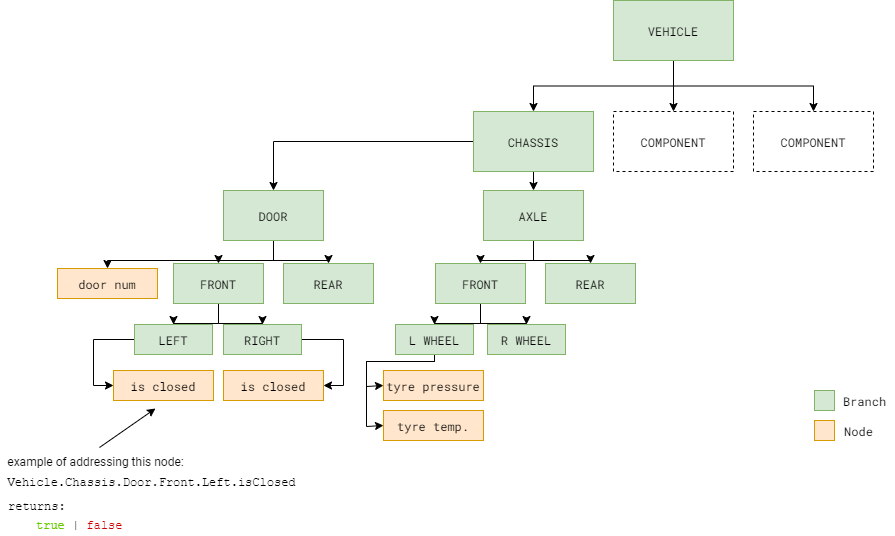
cnopt/vehicle-simulator keeps this draw.io diagram as basic-schema-diagram-2.png. Above is the earlier version. Source tidied: cells renumbered, new cells last; positions are measured from the earlier drawing's top-left corner, leaving out a move shared by most shapes.
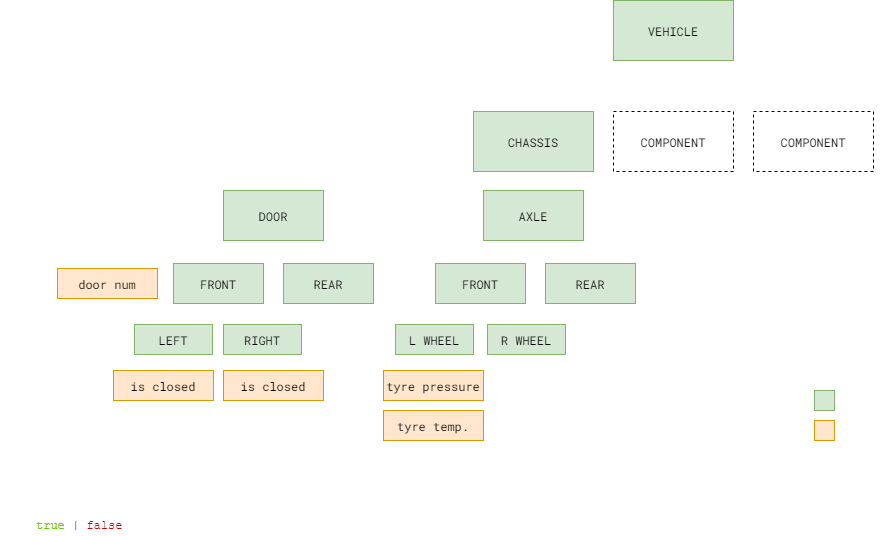
The same diagram one commit later.

Diff of the diagram source:
```diff
@@ -2,22 +2,22 @@
   <root>
     <mxCell id="0" />
     <mxCell id="1" parent="0" />
-    <mxCell id="2" style="edgeStyle=orthogonalEdgeStyle;rounded=0;jettySize=auto;html=1;exitX=0.5;exitY=1;exitDx=0;exitDy=0;fontFamily=Roboto Mono;FType=g;" parent="1" edge="1" source="5" target="9">
+    <mxCell id="2" style="edgeStyle=orthogonalEdgeStyle;rounded=0;jettySize=auto;html=1;exitX=0.5;exitY=1;exitDx=0;exitDy=0;fontFamily=Roboto Mono;FType=g;strokeColor=#FFFFFF;" parent="1" edge="1" source="5" target="9">
       <mxGeometry relative="1" as="geometry" />
     </mxCell>
-    <mxCell id="3" style="edgeStyle=orthogonalEdgeStyle;rounded=0;jettySize=auto;html=1;exitX=0.5;exitY=1;exitDx=0;exitDy=0;entryX=0.5;entryY=0;entryDx=0;entryDy=0;fontFamily=Roboto Mono;FType=g;" parent="1" edge="1" source="5" target="10">
+    <mxCell id="3" style="edgeStyle=orthogonalEdgeStyle;rounded=0;jettySize=auto;html=1;exitX=0.5;exitY=1;exitDx=0;exitDy=0;entryX=0.5;entryY=0;entryDx=0;entryDy=0;fontFamily=Roboto Mono;FType=g;strokeColor=#FFFFFF;" parent="1" edge="1" source="5" target="10">
       <mxGeometry relative="1" as="geometry" />
     </mxCell>
-    <mxCell id="4" style="edgeStyle=orthogonalEdgeStyle;rounded=0;jettySize=auto;html=1;exitX=0.5;exitY=1;exitDx=0;exitDy=0;entryX=0.5;entryY=0;entryDx=0;entryDy=0;fontFamily=Roboto Mono;FType=g;" parent="1" edge="1" source="5" target="8">
+    <mxCell id="4" style="edgeStyle=orthogonalEdgeStyle;rounded=0;jettySize=auto;html=1;exitX=0.5;exitY=1;exitDx=0;exitDy=0;entryX=0.5;entryY=0;entryDx=0;entryDy=0;fontFamily=Roboto Mono;FType=g;strokeColor=#FFFFFF;" parent="1" edge="1" source="5" target="8">
       <mxGeometry relative="1" as="geometry" />
     </mxCell>
     <mxCell id="5" value="VEHICLE" style="rounded=0;whiteSpace=wrap;html=1;fillColor=#d5e8d4;strokeColor=#82b366;fontFamily=Roboto Mono;FType=g;" parent="1" vertex="1">
       <mxGeometry x="613" width="120" height="60" as="geometry" />
     </mxCell>
-    <mxCell id="6" style="edgeStyle=orthogonalEdgeStyle;rounded=0;jettySize=auto;html=1;exitX=0.5;exitY=1;exitDx=0;exitDy=0;entryX=0.5;entryY=0;entryDx=0;entryDy=0;fontFamily=Roboto Mono;FType=g;" parent="1" edge="1" source="8" target="13">
+    <mxCell id="6" style="edgeStyle=orthogonalEdgeStyle;rounded=0;jettySize=auto;html=1;exitX=0.5;exitY=1;exitDx=0;exitDy=0;entryX=0.5;entryY=0;entryDx=0;entryDy=0;fontFamily=Roboto Mono;FType=g;strokeColor=#FFFFFF;" parent="1" edge="1" source="8" target="13">
       <mxGeometry relative="1" as="geometry" />
     </mxCell>
-    <mxCell id="7" style="edgeStyle=orthogonalEdgeStyle;rounded=0;jettySize=auto;html=1;exitX=0.5;exitY=1;exitDx=0;exitDy=0;entryX=0.5;entryY=0;entryDx=0;entryDy=0;fontFamily=Courier New;fontSize=12;" parent="1" edge="1" source="8" target="17">
+    <mxCell id="7" style="edgeStyle=orthogonalEdgeStyle;rounded=0;jettySize=auto;html=1;exitX=0.5;exitY=1;exitDx=0;exitDy=0;entryX=0.5;entryY=0;entryDx=0;entryDy=0;fontFamily=Courier New;fontSize=12;strokeColor=#FFFFFF;" parent="1" edge="1" source="8" target="17">
       <mxGeometry relative="1" as="geometry">
         <Array as="points">
           <mxPoint x="533" y="141" />
@@ -34,22 +34,22 @@
     <mxCell id="10" value="COMPONENT" style="rounded=0;whiteSpace=wrap;html=1;fontFamily=Roboto Mono;FType=g;dashed=1;" parent="1" vertex="1">
       <mxGeometry x="753" y="111" width="120" height="60" as="geometry" />
     </mxCell>
-    <mxCell id="11" style="edgeStyle=orthogonalEdgeStyle;rounded=0;jettySize=auto;html=1;exitX=0.5;exitY=1;exitDx=0;exitDy=0;entryX=0.5;entryY=0;entryDx=0;entryDy=0;fontFamily=Roboto Mono;FType=g;" parent="1" edge="1" source="13" target="20">
+    <mxCell id="11" style="edgeStyle=orthogonalEdgeStyle;rounded=0;jettySize=auto;html=1;exitX=0.5;exitY=1;exitDx=0;exitDy=0;entryX=0.5;entryY=0;entryDx=0;entryDy=0;fontFamily=Roboto Mono;FType=g;strokeColor=#FFFFFF;" parent="1" edge="1" source="13" target="20">
       <mxGeometry relative="1" as="geometry" />
     </mxCell>
-    <mxCell id="12" style="edgeStyle=orthogonalEdgeStyle;rounded=0;jettySize=auto;html=1;exitX=0.5;exitY=1;exitDx=0;exitDy=0;entryX=0.5;entryY=0;entryDx=0;entryDy=0;fontFamily=Roboto Mono;FType=g;" parent="1" edge="1" source="13" target="21">
+    <mxCell id="12" style="edgeStyle=orthogonalEdgeStyle;rounded=0;jettySize=auto;html=1;exitX=0.5;exitY=1;exitDx=0;exitDy=0;entryX=0.5;entryY=0;entryDx=0;entryDy=0;fontFamily=Roboto Mono;FType=g;strokeColor=#FFFFFF;" parent="1" edge="1" source="13" target="21">
       <mxGeometry relative="1" as="geometry" />
     </mxCell>
     <mxCell id="13" value="AXLE" style="rounded=0;whiteSpace=wrap;html=1;fillColor=#d5e8d4;strokeColor=#82b366;fontFamily=Roboto Mono;FType=g;" parent="1" vertex="1">
       <mxGeometry x="483" y="190" width="100" height="50" as="geometry" />
     </mxCell>
-    <mxCell id="14" style="edgeStyle=orthogonalEdgeStyle;rounded=0;jettySize=auto;html=1;exitX=0.5;exitY=1;exitDx=0;exitDy=0;entryX=0.5;entryY=0;entryDx=0;entryDy=0;fontFamily=Courier New;fontSize=12;" parent="1" edge="1" source="17" target="34">
+    <mxCell id="14" style="edgeStyle=orthogonalEdgeStyle;rounded=0;jettySize=auto;html=1;exitX=0.5;exitY=1;exitDx=0;exitDy=0;entryX=0.5;entryY=0;entryDx=0;entryDy=0;fontFamily=Courier New;fontSize=12;strokeColor=#FFFFFF;" parent="1" edge="1" source="17" target="34">
       <mxGeometry relative="1" as="geometry" />
     </mxCell>
-    <mxCell id="15" style="edgeStyle=orthogonalEdgeStyle;rounded=0;jettySize=auto;html=1;exitX=0.5;exitY=1;exitDx=0;exitDy=0;entryX=0.5;entryY=0;entryDx=0;entryDy=0;fontFamily=Courier New;fontSize=12;" parent="1" edge="1" source="17" target="35">
+    <mxCell id="15" style="edgeStyle=orthogonalEdgeStyle;rounded=0;jettySize=auto;html=1;exitX=0.5;exitY=1;exitDx=0;exitDy=0;entryX=0.5;entryY=0;entryDx=0;entryDy=0;fontFamily=Courier New;fontSize=12;strokeColor=#FFFFFF;" parent="1" edge="1" source="17" target="35">
       <mxGeometry relative="1" as="geometry" />
     </mxCell>
-    <mxCell id="16" style="edgeStyle=orthogonalEdgeStyle;rounded=0;jettySize=auto;html=1;exitX=0.5;exitY=1;exitDx=0;exitDy=0;entryX=0.5;entryY=0;entryDx=0;entryDy=0;" parent="1" edge="1" source="17" target="45">
+    <mxCell id="16" style="edgeStyle=orthogonalEdgeStyle;rounded=0;jettySize=auto;html=1;exitX=0.5;exitY=1;exitDx=0;exitDy=0;entryX=0.5;entryY=0;entryDx=0;entryDy=0;strokeColor=#FFFFFF;" parent="1" edge="1" source="17" target="45">
       <mxGeometry relative="1" as="geometry">
         <Array as="points">
           <mxPoint x="273" y="260" />
@@ -60,10 +60,10 @@
     <mxCell id="17" value="DOOR" style="rounded=0;whiteSpace=wrap;html=1;fillColor=#d5e8d4;strokeColor=#82b366;fontFamily=Roboto Mono;FType=g;" parent="1" vertex="1">
       <mxGeometry x="223" y="190" width="100" height="50" as="geometry" />
     </mxCell>
-    <mxCell id="18" style="edgeStyle=orthogonalEdgeStyle;rounded=0;jettySize=auto;html=1;exitX=0.5;exitY=1;exitDx=0;exitDy=0;entryX=0.5;entryY=0;entryDx=0;entryDy=0;fontFamily=Roboto Mono;FType=g;" parent="1" edge="1" source="20" target="24">
+    <mxCell id="18" style="edgeStyle=orthogonalEdgeStyle;rounded=0;jettySize=auto;html=1;exitX=0.5;exitY=1;exitDx=0;exitDy=0;entryX=0.5;entryY=0;entryDx=0;entryDy=0;fontFamily=Roboto Mono;FType=g;strokeColor=#FFFFFF;" parent="1" edge="1" source="20" target="24">
       <mxGeometry relative="1" as="geometry" />
     </mxCell>
-    <mxCell id="19" style="edgeStyle=orthogonalEdgeStyle;rounded=0;jettySize=auto;html=1;exitX=0.5;exitY=1;exitDx=0;exitDy=0;entryX=0.5;entryY=0;entryDx=0;entryDy=0;fontFamily=Roboto Mono;FType=g;" parent="1" edge="1" source="20" target="25">
+    <mxCell id="19" style="edgeStyle=orthogonalEdgeStyle;rounded=0;jettySize=auto;html=1;exitX=0.5;exitY=1;exitDx=0;exitDy=0;entryX=0.5;entryY=0;entryDx=0;entryDy=0;fontFamily=Roboto Mono;FType=g;strokeColor=#FFFFFF;" parent="1" edge="1" source="20" target="25">
       <mxGeometry relative="1" as="geometry" />
     </mxCell>
     <mxCell id="20" value="FRONT" style="rounded=0;whiteSpace=wrap;html=1;fillColor=#d5e8d4;strokeColor=#82b366;fontFamily=Roboto Mono;FType=g;" parent="1" vertex="1">
@@ -72,7 +72,7 @@
     <mxCell id="21" value="REAR" style="rounded=0;whiteSpace=wrap;html=1;fillColor=#d5e8d4;strokeColor=#82b366;fontFamily=Roboto Mono;FType=g;" parent="1" vertex="1">
       <mxGeometry x="545" y="263" width="90" height="40" as="geometry" />
     </mxCell>
-    <mxCell id="22" style="edgeStyle=orthogonalEdgeStyle;rounded=0;jettySize=auto;html=1;exitX=0.5;exitY=1;exitDx=0;exitDy=0;entryX=0;entryY=0.5;entryDx=0;entryDy=0;fontFamily=Courier New;fontSize=12;" parent="1" edge="1" source="24" target="27">
+    <mxCell id="22" style="edgeStyle=orthogonalEdgeStyle;rounded=0;jettySize=auto;html=1;exitX=0.5;exitY=1;exitDx=0;exitDy=0;entryX=0;entryY=0.5;entryDx=0;entryDy=0;fontFamily=Courier New;fontSize=12;strokeColor=#FFFFFF;" parent="1" edge="1" source="24" target="27">
       <mxGeometry relative="1" as="geometry">
         <Array as="points">
           <mxPoint x="434" y="361" />
@@ -81,7 +81,7 @@
         </Array>
       </mxGeometry>
     </mxCell>
-    <mxCell id="23" style="edgeStyle=orthogonalEdgeStyle;rounded=0;jettySize=auto;html=1;exitX=0.5;exitY=1;exitDx=0;exitDy=0;entryX=0;entryY=0.5;entryDx=0;entryDy=0;fontFamily=Courier New;fontSize=12;" parent="1" edge="1" source="24" target="26">
+    <mxCell id="23" style="edgeStyle=orthogonalEdgeStyle;rounded=0;jettySize=auto;html=1;exitX=0.5;exitY=1;exitDx=0;exitDy=0;entryX=0;entryY=0.5;entryDx=0;entryDy=0;fontFamily=Courier New;fontSize=12;strokeColor=#FFFFFF;" parent="1" edge="1" source="24" target="26">
       <mxGeometry relative="1" as="geometry">
         <Array as="points">
           <mxPoint x="434" y="361" />
@@ -105,19 +105,19 @@
     <mxCell id="28" style="rounded=0;whiteSpace=wrap;html=1;fillColor=#d5e8d4;strokeColor=#82b366;fontFamily=Roboto Mono;FType=g;" parent="1" vertex="1">
       <mxGeometry x="814" y="390" width="20" height="20" as="geometry" />
     </mxCell>
-    <mxCell id="29" value="Branch" style="text;html=1;align=center;verticalAlign=middle;fontFamily=Roboto Mono;FType=g;" parent="1" vertex="1">
+    <mxCell id="29" value="Branch" style="text;html=1;align=center;verticalAlign=middle;fontFamily=Roboto Mono;FType=g;fontColor=#FFFFFF;" parent="1" vertex="1">
       <mxGeometry x="834" y="390" width="60" height="20" as="geometry" />
     </mxCell>
     <mxCell id="30" style="rounded=0;whiteSpace=wrap;html=1;fillColor=#ffe6cc;strokeColor=#d79b00;fontFamily=Roboto Mono;FType=g;" parent="1" vertex="1">
       <mxGeometry x="814" y="420" width="20" height="20" as="geometry" />
     </mxCell>
-    <mxCell id="31" value="Node" style="text;html=1;align=center;verticalAlign=middle;fontFamily=Roboto Mono;FType=g;" parent="1" vertex="1">
+    <mxCell id="31" value="Node" style="text;html=1;align=center;verticalAlign=middle;fontFamily=Roboto Mono;FType=g;fontColor=#FFFFFF;" parent="1" vertex="1">
       <mxGeometry x="838" y="420" width="40" height="20" as="geometry" />
     </mxCell>
-    <mxCell id="32" style="edgeStyle=orthogonalEdgeStyle;rounded=0;jettySize=auto;html=1;exitX=0.5;exitY=1;exitDx=0;exitDy=0;entryX=0.5;entryY=0;entryDx=0;entryDy=0;fontFamily=Courier New;fontSize=12;" parent="1" edge="1" source="34" target="39">
+    <mxCell id="32" style="edgeStyle=orthogonalEdgeStyle;rounded=0;jettySize=auto;html=1;exitX=0.5;exitY=1;exitDx=0;exitDy=0;entryX=0.5;entryY=0;entryDx=0;entryDy=0;fontFamily=Courier New;fontSize=12;strokeColor=#FFFFFF;" parent="1" edge="1" source="34" target="39">
       <mxGeometry relative="1" as="geometry" />
     </mxCell>
-    <mxCell id="33" style="edgeStyle=orthogonalEdgeStyle;rounded=0;jettySize=auto;html=1;exitX=0.5;exitY=1;exitDx=0;exitDy=0;entryX=0.5;entryY=0;entryDx=0;entryDy=0;fontFamily=Courier New;fontSize=12;" parent="1" edge="1" source="34" target="37">
+    <mxCell id="33" style="edgeStyle=orthogonalEdgeStyle;rounded=0;jettySize=auto;html=1;exitX=0.5;exitY=1;exitDx=0;exitDy=0;entryX=0.5;entryY=0;entryDx=0;entryDy=0;fontFamily=Courier New;fontSize=12;strokeColor=#FFFFFF;" parent="1" edge="1" source="34" target="37">
       <mxGeometry relative="1" as="geometry" />
     </mxCell>
     <mxCell id="34" value="FRONT" style="rounded=0;whiteSpace=wrap;html=1;fillColor=#d5e8d4;strokeColor=#82b366;fontFamily=Roboto Mono;FType=g;" parent="1" vertex="1">
@@ -126,13 +126,13 @@
     <mxCell id="35" value="REAR" style="rounded=0;whiteSpace=wrap;html=1;fillColor=#d5e8d4;strokeColor=#82b366;fontFamily=Roboto Mono;FType=g;" parent="1" vertex="1">
       <mxGeometry x="283" y="263" width="90" height="40" as="geometry" />
     </mxCell>
-    <mxCell id="36" style="edgeStyle=orthogonalEdgeStyle;rounded=0;jettySize=auto;html=1;exitX=1;exitY=0.5;exitDx=0;exitDy=0;entryX=1;entryY=0.5;entryDx=0;entryDy=0;fontFamily=Courier New;fontSize=12;" parent="1" edge="1" source="37" target="41">
+    <mxCell id="36" style="edgeStyle=orthogonalEdgeStyle;rounded=0;jettySize=auto;html=1;exitX=1;exitY=0.5;exitDx=0;exitDy=0;entryX=1;entryY=0.5;entryDx=0;entryDy=0;fontFamily=Courier New;fontSize=12;strokeColor=#FFFFFF;" parent="1" edge="1" source="37" target="41">
       <mxGeometry relative="1" as="geometry" />
     </mxCell>
     <mxCell id="37" value="RIGHT" style="rounded=0;whiteSpace=wrap;html=1;fillColor=#d5e8d4;strokeColor=#82b366;fontFamily=Roboto Mono;FType=g;" parent="1" vertex="1">
       <mxGeometry x="223" y="324" width="78" height="30" as="geometry" />
     </mxCell>
-    <mxCell id="38" style="edgeStyle=orthogonalEdgeStyle;rounded=0;jettySize=auto;html=1;exitX=0.5;exitY=1;exitDx=0;exitDy=0;entryX=0;entryY=0.5;entryDx=0;entryDy=0;fontFamily=Courier New;fontSize=12;" parent="1" edge="1" source="39" target="40">
+    <mxCell id="38" style="edgeStyle=orthogonalEdgeStyle;rounded=0;jettySize=auto;html=1;exitX=0.5;exitY=1;exitDx=0;exitDy=0;entryX=0;entryY=0.5;entryDx=0;entryDy=0;fontFamily=Courier New;fontSize=12;strokeColor=#FFFFFF;" parent="1" edge="1" source="39" target="40">
       <mxGeometry relative="1" as="geometry">
         <Array as="points">
           <mxPoint x="173" y="339" />
@@ -150,13 +150,13 @@
     <mxCell id="41" value="is closed" style="rounded=0;whiteSpace=wrap;html=1;fillColor=#ffe6cc;strokeColor=#d79b00;fontFamily=Roboto Mono;FType=g;fontSize=12;" parent="1" vertex="1">
       <mxGeometry x="223" y="370" width="100" height="30" as="geometry" />
     </mxCell>
-    <mxCell id="42" value="example of addressing this node:" style="text;html=1;align=center;verticalAlign=middle;points=[];fontSize=12;fontFamily=Roboto;FType=g;" parent="1" vertex="1">
+    <mxCell id="42" value="example of addressing this node:" style="text;html=1;align=center;verticalAlign=middle;points=[];fontSize=12;fontFamily=Roboto;FType=g;fontColor=#FFFFFF;" parent="1" vertex="1">
       <mxGeometry y="451" width="190" height="20" as="geometry" />
     </mxCell>
-    <mxCell id="43" value="Vehicle.Chassis.Door.Front.Left.isClosed" style="text;html=1;align=center;verticalAlign=middle;fontSize=12;fontFamily=Courier New;" parent="1" vertex="1">
+    <mxCell id="43" value="Vehicle.Chassis.Door.Front.Left.isClosed" style="text;html=1;align=center;verticalAlign=middle;fontSize=12;fontFamily=Courier New;fontColor=#FFFFFF;" parent="1" vertex="1">
       <mxGeometry x="1" y="472" width="300" height="20" as="geometry" />
     </mxCell>
-    <mxCell id="44" style="endArrow=classic;html=1;fontFamily=Helvetica;fontSize=12;exitX=0.521;exitY=-0.2;exitDx=0;exitDy=0;exitPerimeter=0;" parent="1" edge="1" source="42">
+    <mxCell id="44" style="endArrow=classic;html=1;fontFamily=Helvetica;fontSize=12;exitX=0.521;exitY=-0.2;exitDx=0;exitDy=0;exitPerimeter=0;strokeColor=#FFFFFF;" parent="1" edge="1" source="42">
       <mxGeometry relative="1" as="geometry">
         <mxPoint x="155" y="408" as="targetPoint" />
       </mxGeometry>
@@ -164,7 +164,7 @@
     <mxCell id="45" value="door num" style="rounded=0;whiteSpace=wrap;html=1;fillColor=#ffe6cc;strokeColor=#d79b00;fontFamily=Roboto Mono;FType=g;fontSize=12;" parent="1" vertex="1">
       <mxGeometry x="57" y="268" width="100" height="30" as="geometry" />
     </mxCell>
-    <mxCell id="46" value="returns:" style="text;html=1;align=left;verticalAlign=middle;fontSize=12;fontFamily=Courier New;" parent="1" vertex="1">
+    <mxCell id="46" value="returns:" style="text;html=1;align=left;verticalAlign=middle;fontSize=12;fontFamily=Courier New;fontColor=#FFFFFF;" parent="1" vertex="1">
       <mxGeometry x="6" y="496" width="70" height="20" as="geometry" />
     </mxCell>
     <mxCell id="47" value="&lt;font color=&quot;#66cc00&quot;&gt;true&lt;/font&gt; | &lt;font color=&quot;#cc0000&quot;&gt;false&lt;/font&gt;" style="text;html=1;align=left;verticalAlign=middle;fontSize=12;fontFamily=Courier New;" parent="1" vertex="1">
```
